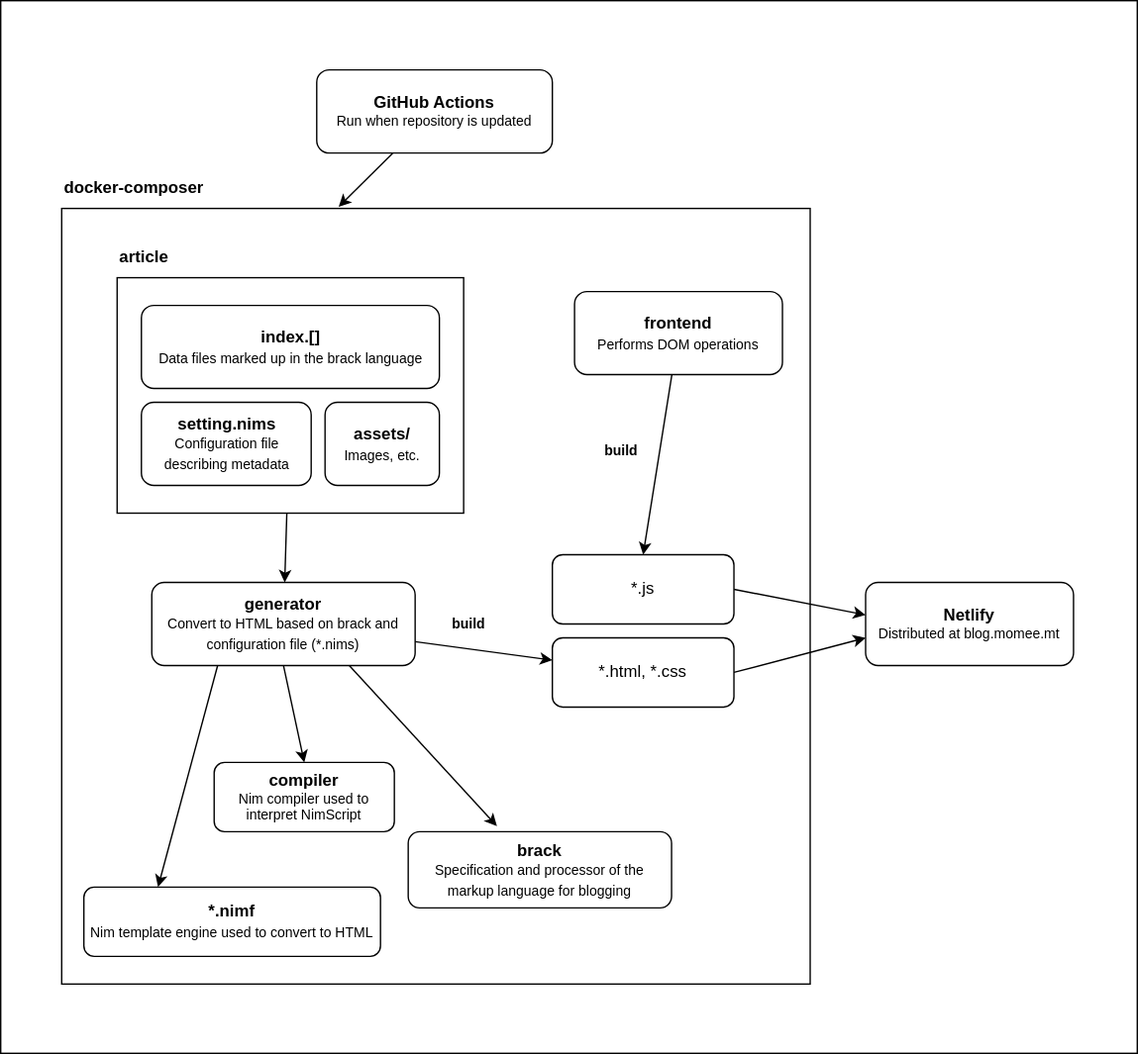
Before: drawio/blog.drawio.svg, a diagram exported from draw.io (momeemt/blog.momee.mt). Source tidied: cells renumbered, new cells last; positions are measured from the earlier drawing's top-left corner, leaving out a move shared by most shapes.
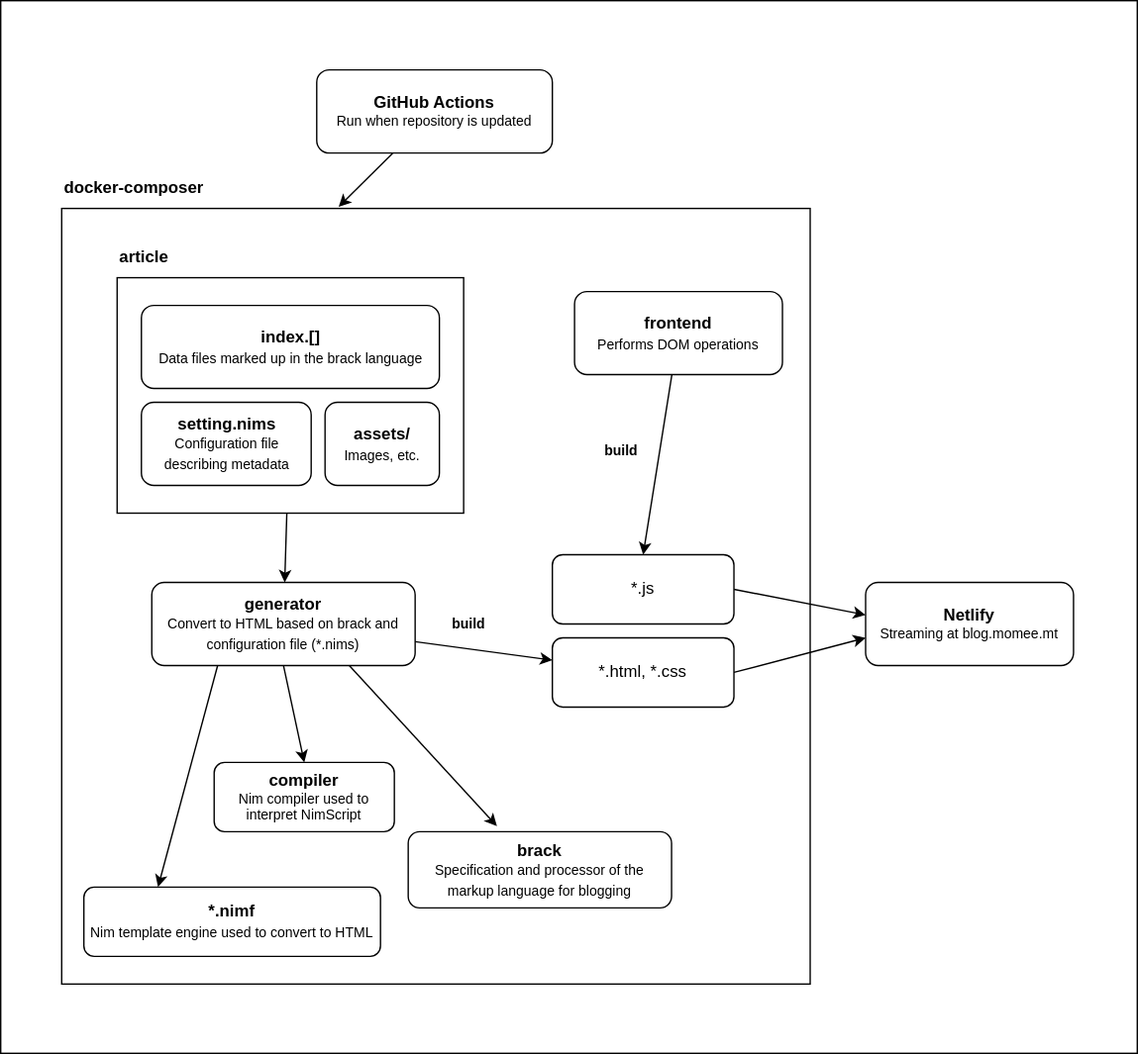
Later version of the same file.

Commit message:
🛠 fix:system chart

Diff of the diagram source:
```diff
@@ -82,7 +82,7 @@
     <mxCell id="27" value="*.js" style="whiteSpace=wrap;html=1;rounded=1;" parent="1" vertex="1">
       <mxGeometry x="398" y="400" width="131" height="50" as="geometry" />
     </mxCell>
-    <mxCell id="28" value="&lt;b&gt;&lt;font style=&quot;font-size: 12px&quot;&gt;Netlify&lt;/font&gt;&lt;/b&gt;&lt;br&gt;Distributed at blog.momee.mt" style="rounded=1;whiteSpace=wrap;html=1;fontSize=10;" parent="1" vertex="1">
+    <mxCell id="28" value="&lt;b&gt;&lt;font style=&quot;font-size: 12px&quot;&gt;Netlify&lt;/font&gt;&lt;/b&gt;&lt;br&gt;Streaming at blog.momee.mt" style="rounded=1;whiteSpace=wrap;html=1;fontSize=10;" parent="1" vertex="1">
       <mxGeometry x="624" y="420" width="150" height="60" as="geometry" />
     </mxCell>
     <mxCell id="29" style="edgeStyle=none;html=1;fontSize=12;endArrow=classic;endFill=1;entryX=0.37;entryY=-0.002;entryDx=0;entryDy=0;entryPerimeter=0;" parent="1" edge="1" source="30" target="3">
```
